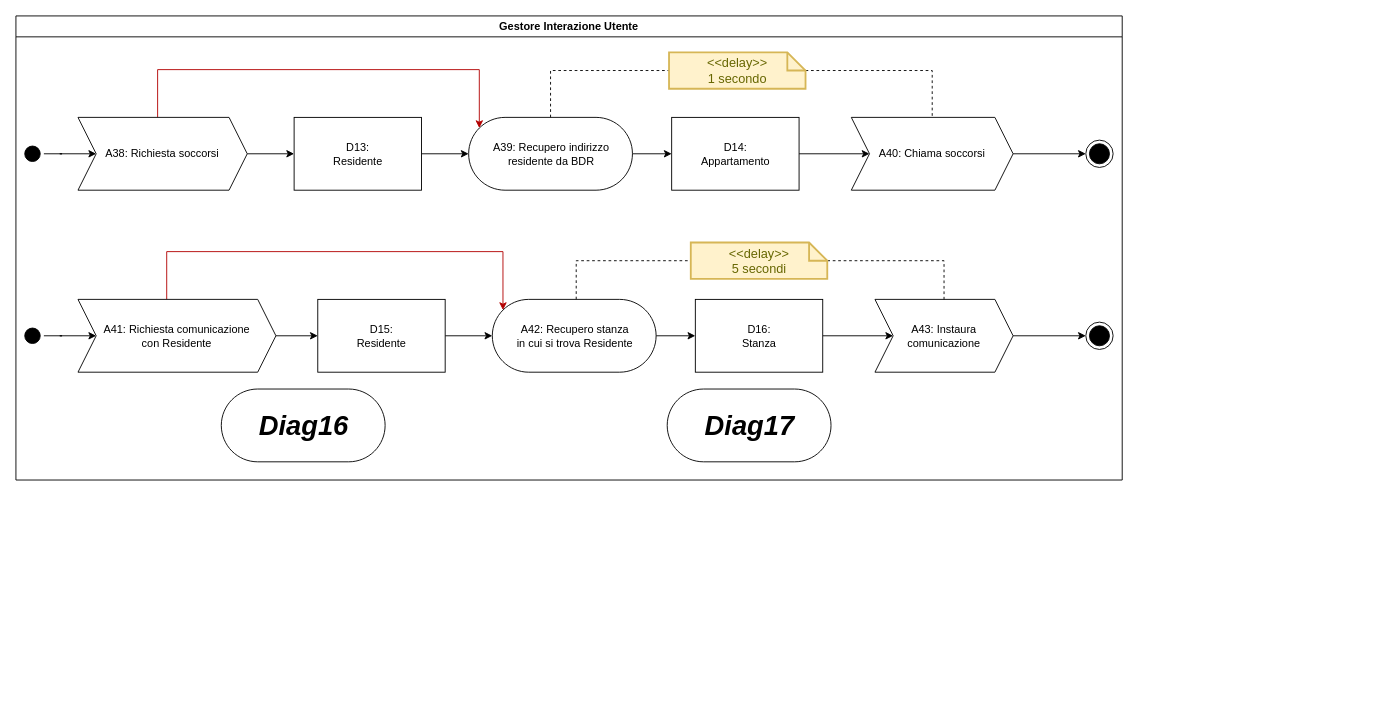
The draw.io diagram page "GestoreUtente" (7 of 7) of Progetto/Diagrammi_Attivita/DiagrammiAttivita.drawio in Wonderjack996/unimib-software-architecture, before the edit. Source tidied: cells renumbered, new cells numbered last; positions are measured from the earlier drawing's top-left corner, leaving out a move shared by most shapes. Both pictures are drawn from the tidied source at 91%, with x=0, y=0 at pixel (15, 15).
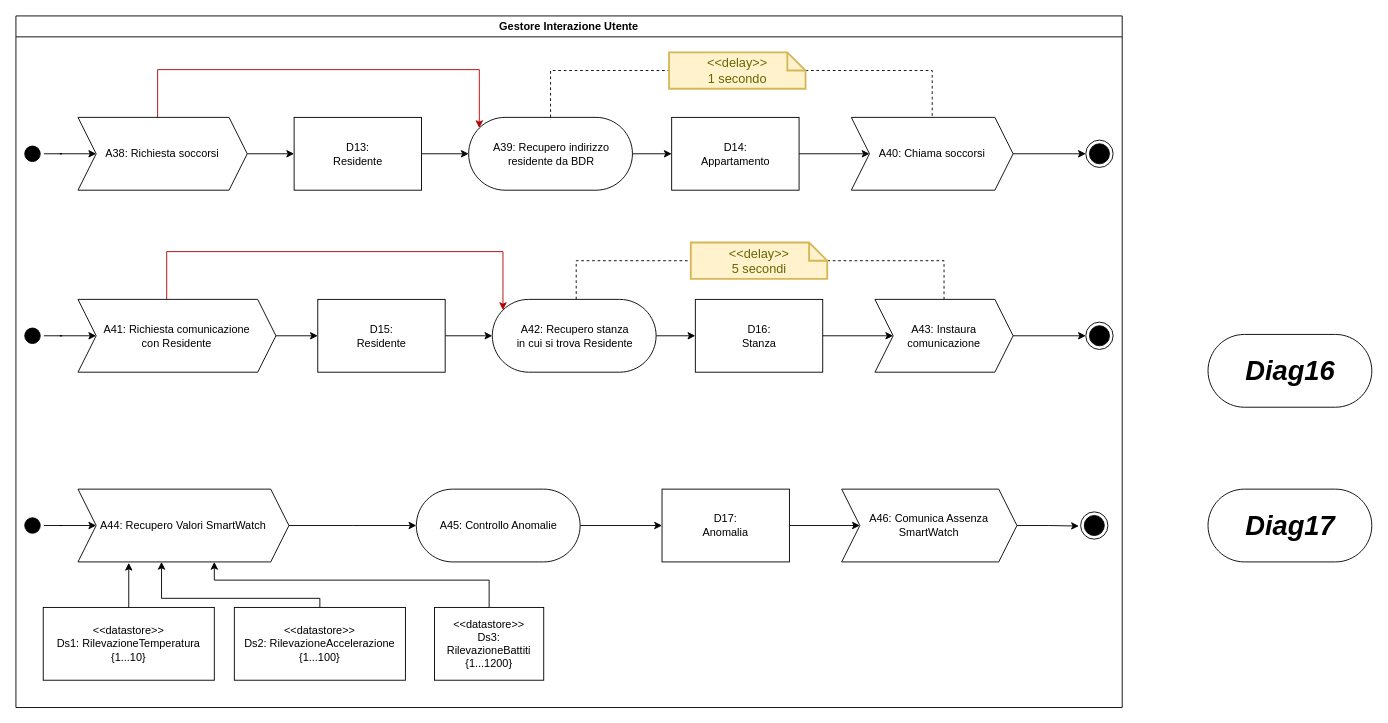
Above is the later version.

What changed in the source:
```diff
@@
     <mxCell id="34" value="Gestore Interazione Utente" style="swimlane;" parent="1" vertex="1">
-      <mxGeometry width="1215.7" height="510" as="geometry" />
+      <mxGeometry width="1215.7" height="760" as="geometry" />
     </mxCell>
+    <mxCell id="39" style="edgeStyle=orthogonalEdgeStyle;rounded=0;jettySize=auto;html=1;" parent="34" edge="1" source="40" target="41">
+      <mxGeometry relative="1" as="geometry" />
+    </mxCell>
+    <mxCell id="40" style="ellipse;html=1;shape=startState;fillColor=#000000;" parent="34" vertex="1">
+      <mxGeometry x="5.7" y="547.5" width="25" height="25" as="geometry" />
+    </mxCell>
+    <mxCell id="41" value="A44: Recupero Valori SmartWatch" style="shape=step;perimeter=stepPerimeter;whiteSpace=wrap;html=1;fixedSize=1;gradientColor=none;" parent="34" vertex="1">
+      <mxGeometry x="68.2" y="520" width="231.8" height="80" as="geometry" />
+    </mxCell>
+    <mxCell id="42" style="edgeStyle=orthogonalEdgeStyle;rounded=0;jettySize=auto;html=1;" parent="34" edge="1" source="43">
+      <mxGeometry relative="1" as="geometry">
+        <mxPoint x="124" y="601" as="targetPoint" />
+        <Array as="points">
+          <mxPoint x="124" y="601" />
+        </Array>
+      </mxGeometry>
+    </mxCell>
+    <mxCell id="43" value="&lt;div&gt;&amp;lt;&amp;lt;datastore&amp;gt;&amp;gt;&lt;/div&gt;&lt;div&gt;Ds1: RilevazioneTemperatura&lt;/div&gt;&lt;div&gt;&lt;span&gt;{1...10&lt;/span&gt;&lt;span&gt;}&lt;/span&gt;&lt;/div&gt;" style="rounded=0;whiteSpace=wrap;html=1;" parent="34" vertex="1">
+      <mxGeometry x="30" y="650" width="188" height="80" as="geometry" />
+    </mxCell>
+    <mxCell id="44" style="edgeStyle=orthogonalEdgeStyle;rounded=0;jettySize=auto;html=1;" parent="34" edge="1" source="45">
+      <mxGeometry relative="1" as="geometry">
+        <mxPoint x="160" y="600" as="targetPoint" />
+        <Array as="points">
+          <mxPoint x="334" y="640" />
+          <mxPoint x="160" y="640" />
+          <mxPoint x="160" y="601" />
+        </Array>
+      </mxGeometry>
+    </mxCell>
+    <mxCell id="45" value="&lt;div&gt;&amp;lt;&amp;lt;datastore&amp;gt;&amp;gt;&lt;/div&gt;&lt;div&gt;Ds2: RilevazioneAccelerazione&lt;/div&gt;&lt;div&gt;{1...100}&lt;br&gt;&lt;/div&gt;" style="rounded=0;whiteSpace=wrap;html=1;" parent="34" vertex="1">
+      <mxGeometry x="240" y="650" width="188" height="80" as="geometry" />
+    </mxCell>
+    <mxCell id="46" style="edgeStyle=orthogonalEdgeStyle;rounded=0;jettySize=auto;html=1;" parent="34" edge="1" source="47">
+      <mxGeometry relative="1" as="geometry">
+        <mxPoint x="218" y="600" as="targetPoint" />
+        <Array as="points">
+          <mxPoint x="520" y="620" />
+          <mxPoint x="218" y="620" />
+        </Array>
+      </mxGeometry>
+    </mxCell>
+    <mxCell id="47" value="&lt;div&gt;&amp;lt;&amp;lt;datastore&amp;gt;&amp;gt;&lt;/div&gt;&lt;div&gt;Ds3:&lt;/div&gt;&lt;div&gt;RilevazioneBattiti&lt;/div&gt;&lt;div&gt;{1...1200}&lt;br&gt;&lt;/div&gt;" style="rounded=0;whiteSpace=wrap;html=1;" parent="34" vertex="1">
+      <mxGeometry x="460" y="650" width="120" height="80" as="geometry" />
+    </mxCell>
+    <mxCell id="48" style="edgeStyle=orthogonalEdgeStyle;rounded=0;jettySize=auto;html=1;" parent="34" edge="1" source="49" target="53">
+      <mxGeometry relative="1" as="geometry" />
+    </mxCell>
+    <mxCell id="49" value="&lt;div&gt;A45: Controllo Anomalie&lt;br&gt;&lt;/div&gt;" style="html=1;dashed=0;whitespace=wrap;shape=mxgraph.dfd.start;" parent="34" vertex="1">
+      <mxGeometry x="440" y="520" width="180" height="80" as="geometry" />
+    </mxCell>
+    <mxCell id="50" style="edgeStyle=orthogonalEdgeStyle;rounded=0;jettySize=auto;html=1;entryX=-0.063;entryY=0.519;entryDx=0;entryDy=0;entryPerimeter=0;" parent="34" edge="1" source="51" target="54">
+      <mxGeometry relative="1" as="geometry" />
+    </mxCell>
+    <mxCell id="51" value="A46: Comunica Assenza SmartWatch" style="shape=step;perimeter=stepPerimeter;whiteSpace=wrap;html=1;fixedSize=1;gradientColor=none;" parent="34" vertex="1">
+      <mxGeometry x="907.4" y="520" width="192.6" height="80" as="geometry" />
+    </mxCell>
+    <mxCell id="52" style="edgeStyle=orthogonalEdgeStyle;rounded=0;jettySize=auto;html=1;" parent="34" edge="1" source="53" target="51">
+      <mxGeometry relative="1" as="geometry" />
+    </mxCell>
+    <mxCell id="53" value="D17:&lt;br&gt;Anomalia" style="rounded=0;whiteSpace=wrap;html=1;" parent="34" vertex="1">
+      <mxGeometry x="710" y="520" width="140" height="80" as="geometry" />
+    </mxCell>
+    <mxCell id="54" style="ellipse;html=1;shape=endState;fillColor=#000000;strokeColor=#000000;" parent="34" vertex="1">
+      <mxGeometry x="1170" y="545" width="30" height="30" as="geometry" />
+    </mxCell>
+    <mxCell id="37" style="ellipse;html=1;shape=endState;fillColor=#000000;strokeColor=#000000;" parent="1" vertex="1">
+      <mxGeometry x="1175.7" y="136.5" width="30" height="30" as="geometry" />
+    </mxCell>
+    <mxCell id="38" style="ellipse;html=1;shape=endState;fillColor=#000000;strokeColor=#000000;" parent="1" vertex="1">
+      <mxGeometry x="1175.7" y="336.5" width="30" height="30" as="geometry" />
+    </mxCell>
-    <mxCell id="35" value="&lt;div style=&quot;font-size: 30px;&quot;&gt;Diag16&lt;/div&gt;" style="html=1;dashed=0;whitespace=wrap;shape=mxgraph.dfd.start;fontSize=30;fontStyle=3;" parent="34" vertex="1">
-      <mxGeometry x="225.7" y="410" width="180" height="80" as="geometry" />
+    <mxCell id="35" value="&lt;div style=&quot;font-size: 30px;&quot;&gt;Diag16&lt;/div&gt;" style="html=1;dashed=0;whitespace=wrap;shape=mxgraph.dfd.start;fontSize=30;fontStyle=3;" parent="1" vertex="1">
+      <mxGeometry x="1310" y="350" width="180" height="80" as="geometry" />
     </mxCell>
-    <mxCell id="36" value="&lt;div style=&quot;font-size: 30px;&quot;&gt;Diag17&lt;/div&gt;" style="html=1;dashed=0;whitespace=wrap;shape=mxgraph.dfd.start;fontSize=30;fontStyle=3;" parent="34" vertex="1">
-      <mxGeometry x="715.7" y="410" width="180" height="80" as="geometry" />
+    <mxCell id="36" value="&lt;div style=&quot;font-size: 30px;&quot;&gt;Diag17&lt;/div&gt;" style="html=1;dashed=0;whitespace=wrap;shape=mxgraph.dfd.start;fontSize=30;fontStyle=3;" parent="1" vertex="1">
+      <mxGeometry x="1310" y="520" width="180" height="80" as="geometry" />
     </mxCell>
-    <mxCell id="37" style="ellipse;html=1;shape=endState;fillColor=#000000;strokeColor=#000000;" parent="1" vertex="1">
-      <mxGeometry x="1175.7" y="136.5" width="30" height="30" as="geometry" />
-    </mxCell>
-    <mxCell id="38" style="ellipse;html=1;shape=endState;fillColor=#000000;strokeColor=#000000;" parent="1" vertex="1">
-      <mxGeometry x="1175.7" y="336.5" width="30" height="30" as="geometry" />
-    </mxCell>
+    <mxCell id="55" style="edgeStyle=orthogonalEdgeStyle;rounded=0;jettySize=auto;html=1;" parent="1" edge="1" source="41">
+      <mxGeometry relative="1" as="geometry">
+        <mxPoint x="440" y="560" as="targetPoint" />
+      </mxGeometry>
+    </mxCell>
```
